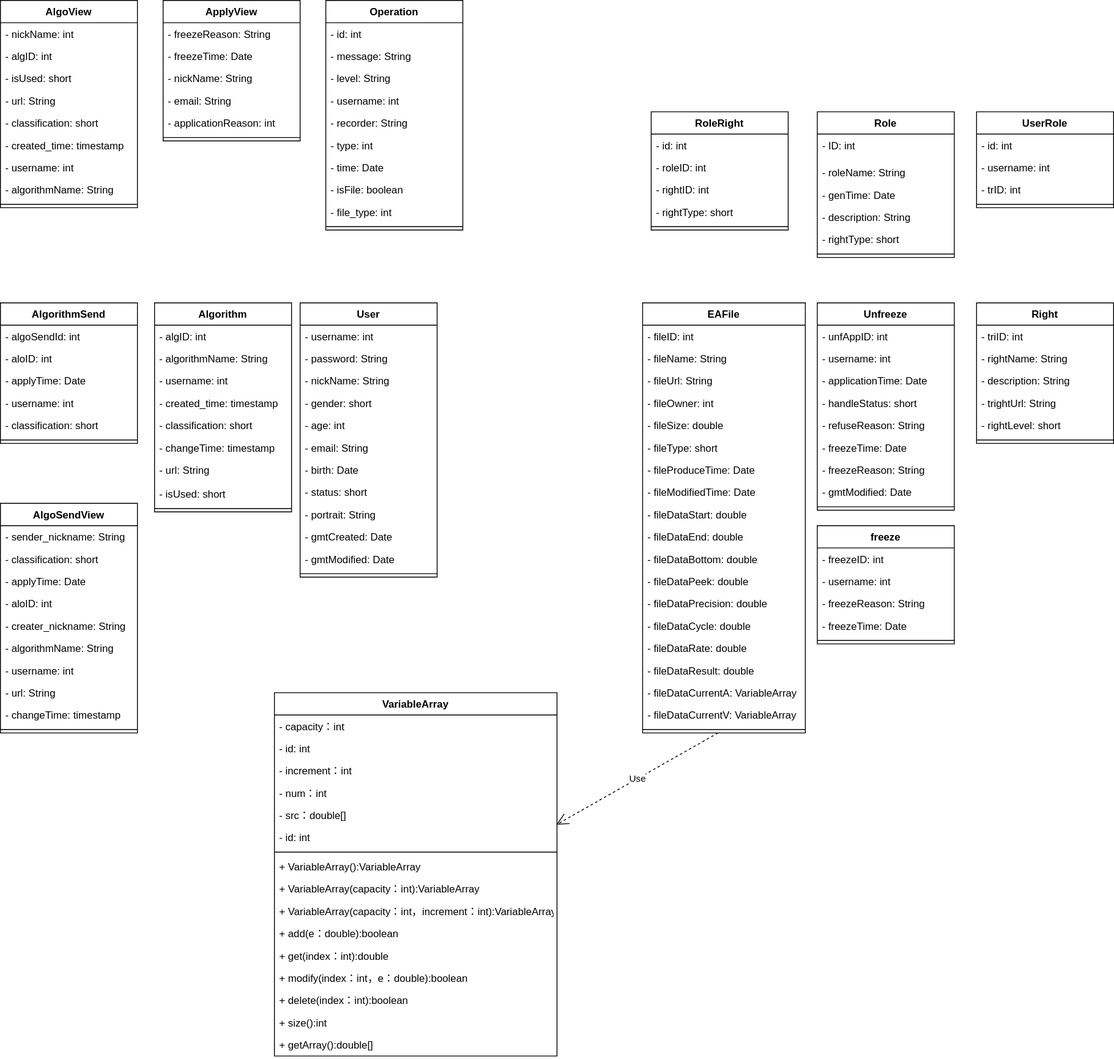
This is entity.svg from JDsen99/UML, a draw.io export, as it was before one commit. Source tidied: cells renumbered, new cells last; positions are measured from the earlier drawing's top-left corner, leaving out a move shared by most shapes.
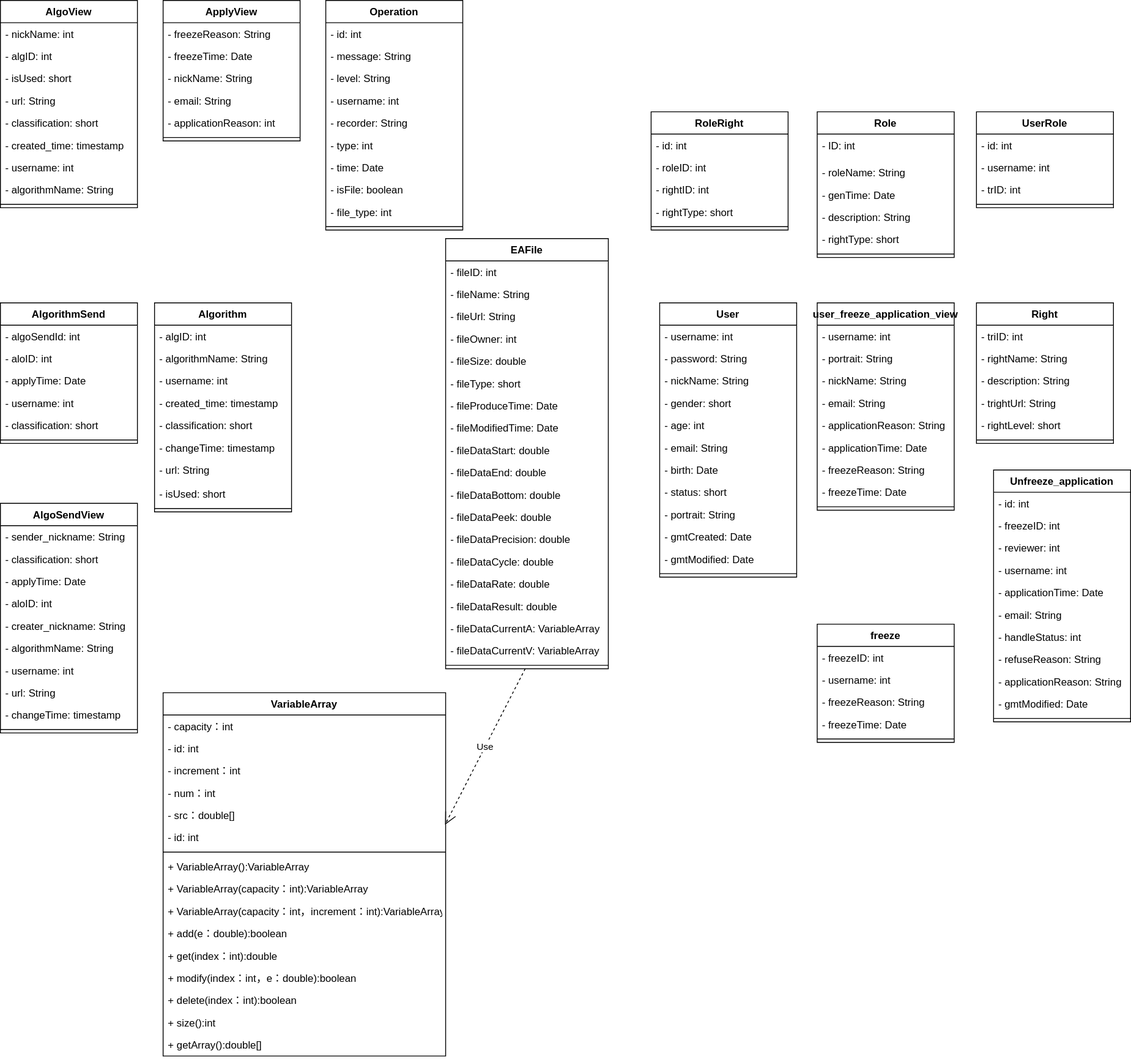
After the change.

What changed in the source:
```diff
@@ -33,7 +33,7 @@
       <mxGeometry y="236" width="160" height="8" as="geometry" />
     </mxCell>
     <mxCell id="12" value="User" style="swimlane;fontStyle=1;align=center;verticalAlign=top;horizontal=1;startSize=26;rounded=0;shadow=0;glass=0;sketch=0;" parent="1" vertex="1">
-      <mxGeometry x="350" y="353" width="160" height="320" as="geometry" />
+      <mxGeometry x="770" y="353" width="160" height="320" as="geometry" />
     </mxCell>
     <mxCell id="13" value="- username: int" style="text;strokeColor=none;fillColor=none;align=left;verticalAlign=top;spacingLeft=4;spacingRight=4;overflow=hidden;" parent="12" vertex="1">
       <mxGeometry y="26" width="160" height="26" as="geometry" />
@@ -93,7 +93,7 @@
       <mxGeometry y="156" width="160" height="8" as="geometry" />
     </mxCell>
     <mxCell id="32" value="EAFile" style="swimlane;fontStyle=1;align=center;verticalAlign=top;horizontal=1;startSize=26;rounded=0;shadow=0;glass=0;sketch=0;" parent="1" vertex="1">
-      <mxGeometry x="750" y="353" width="190" height="502" as="geometry" />
+      <mxGeometry x="520" y="278" width="190" height="502" as="geometry" />
     </mxCell>
     <mxCell id="33" value="- fileID: int" style="text;strokeColor=none;fillColor=none;align=left;verticalAlign=top;spacingLeft=4;spacingRight=4;overflow=hidden;" parent="32" vertex="1">
       <mxGeometry y="26" width="190" height="26" as="geometry" />
@@ -152,31 +152,31 @@
     <mxCell id="51" style="line;strokeWidth=1;fillColor=none;align=left;verticalAlign=middle;spacingTop=-1;spacingLeft=3;spacingRight=3;labelPosition=right;points=[];portConstraint=eastwest;" parent="32" vertex="1">
       <mxGeometry y="494" width="190" height="8" as="geometry" />
     </mxCell>
-    <mxCell id="52" value="Unfreeze" style="swimlane;fontStyle=1;align=center;verticalAlign=top;horizontal=1;startSize=26;rounded=0;shadow=0;glass=0;sketch=0;" parent="1" vertex="1">
+    <mxCell id="52" value="user_freeze_application_view" style="swimlane;fontStyle=1;align=center;verticalAlign=top;horizontal=1;startSize=26;rounded=0;shadow=0;glass=0;sketch=0;" parent="1" vertex="1">
       <mxGeometry x="954" y="353" width="160" height="242" as="geometry" />
     </mxCell>
-    <mxCell id="53" value="- unfAppID: int" style="text;strokeColor=none;fillColor=none;align=left;verticalAlign=top;spacingLeft=4;spacingRight=4;overflow=hidden;" parent="52" vertex="1">
+    <mxCell id="53" value="- username: int" style="text;strokeColor=none;fillColor=none;align=left;verticalAlign=top;spacingLeft=4;spacingRight=4;overflow=hidden;" parent="52" vertex="1">
       <mxGeometry y="26" width="160" height="26" as="geometry" />
     </mxCell>
-    <mxCell id="54" value="- username: int" style="text;strokeColor=none;fillColor=none;align=left;verticalAlign=top;spacingLeft=4;spacingRight=4;overflow=hidden;" parent="52" vertex="1">
+    <mxCell id="54" value="- portrait: String" style="text;strokeColor=none;fillColor=none;align=left;verticalAlign=top;spacingLeft=4;spacingRight=4;overflow=hidden;" parent="52" vertex="1">
       <mxGeometry y="52" width="160" height="26" as="geometry" />
     </mxCell>
-    <mxCell id="55" value="- applicationTime: Date" style="text;strokeColor=none;fillColor=none;align=left;verticalAlign=top;spacingLeft=4;spacingRight=4;overflow=hidden;" parent="52" vertex="1">
+    <mxCell id="55" value="- nickName: String" style="text;strokeColor=none;fillColor=none;align=left;verticalAlign=top;spacingLeft=4;spacingRight=4;overflow=hidden;" parent="52" vertex="1">
       <mxGeometry y="78" width="160" height="26" as="geometry" />
     </mxCell>
-    <mxCell id="56" value="- handleStatus: short" style="text;strokeColor=none;fillColor=none;align=left;verticalAlign=top;spacingLeft=4;spacingRight=4;overflow=hidden;" parent="52" vertex="1">
+    <mxCell id="56" value="- email: String" style="text;strokeColor=none;fillColor=none;align=left;verticalAlign=top;spacingLeft=4;spacingRight=4;overflow=hidden;" parent="52" vertex="1">
       <mxGeometry y="104" width="160" height="26" as="geometry" />
     </mxCell>
-    <mxCell id="57" value="- refuseReason: String" style="text;strokeColor=none;fillColor=none;align=left;verticalAlign=top;spacingLeft=4;spacingRight=4;overflow=hidden;" parent="52" vertex="1">
+    <mxCell id="57" value="- applicationReason: String" style="text;strokeColor=none;fillColor=none;align=left;verticalAlign=top;spacingLeft=4;spacingRight=4;overflow=hidden;" parent="52" vertex="1">
       <mxGeometry y="130" width="160" height="26" as="geometry" />
     </mxCell>
-    <mxCell id="58" value="- freezeTime: Date" style="text;strokeColor=none;fillColor=none;align=left;verticalAlign=top;spacingLeft=4;spacingRight=4;overflow=hidden;" parent="52" vertex="1">
+    <mxCell id="58" value="- applicationTime: Date" style="text;strokeColor=none;fillColor=none;align=left;verticalAlign=top;spacingLeft=4;spacingRight=4;overflow=hidden;" parent="52" vertex="1">
       <mxGeometry y="156" width="160" height="26" as="geometry" />
     </mxCell>
     <mxCell id="59" value="- freezeReason: String" style="text;strokeColor=none;fillColor=none;align=left;verticalAlign=top;spacingLeft=4;spacingRight=4;overflow=hidden;" parent="52" vertex="1">
       <mxGeometry y="182" width="160" height="26" as="geometry" />
     </mxCell>
-    <mxCell id="60" value="- gmtModified: Date" style="text;strokeColor=none;fillColor=none;align=left;verticalAlign=top;spacingLeft=4;spacingRight=4;overflow=hidden;" parent="52" vertex="1">
+    <mxCell id="60" value="- freezeTime: Date" style="text;strokeColor=none;fillColor=none;align=left;verticalAlign=top;spacingLeft=4;spacingRight=4;overflow=hidden;" parent="52" vertex="1">
       <mxGeometry y="208" width="160" height="26" as="geometry" />
     </mxCell>
     <mxCell id="61" style="line;strokeWidth=1;fillColor=none;align=left;verticalAlign=middle;spacingTop=-1;spacingLeft=3;spacingRight=3;labelPosition=right;" parent="52" vertex="1">
@@ -342,7 +342,7 @@
       <mxGeometry y="260" width="160" height="8" as="geometry" />
     </mxCell>
     <mxCell id="115" value="VariableArray" style="swimlane;fontStyle=1;align=center;verticalAlign=top;horizontal=1;startSize=26;rounded=0;shadow=0;glass=0;sketch=0;" parent="1" vertex="1">
-      <mxGeometry x="320" y="808" width="330" height="424" as="geometry" />
+      <mxGeometry x="190" y="808" width="330" height="424" as="geometry" />
     </mxCell>
     <mxCell id="116" value="- capacity：int" style="text;strokeColor=none;fillColor=none;align=left;verticalAlign=top;spacingLeft=4;spacingRight=4;overflow=hidden;" parent="115" vertex="1">
       <mxGeometry y="26" width="330" height="26" as="geometry" />
@@ -429,7 +429,7 @@
       <mxGeometry y="260" width="160" height="8" as="geometry" />
     </mxCell>
     <mxCell id="144" value="freeze" style="swimlane;fontStyle=1;align=center;verticalAlign=top;horizontal=1;startSize=26;rounded=0;shadow=0;glass=0;sketch=0;" parent="1" vertex="1">
-      <mxGeometry x="954" y="613" width="160" height="138" as="geometry" />
+      <mxGeometry x="954" y="728" width="160" height="138" as="geometry" />
     </mxCell>
     <mxCell id="145" value="- freezeID: int" style="text;strokeColor=none;fillColor=none;align=left;verticalAlign=top;spacingLeft=4;spacingRight=4;overflow=hidden;" parent="144" vertex="1">
       <mxGeometry y="26" width="160" height="26" as="geometry" />
@@ -446,5 +446,41 @@
     <mxCell id="149" style="line;strokeWidth=1;fillColor=none;align=left;verticalAlign=middle;spacingTop=-1;spacingLeft=3;spacingRight=3;labelPosition=right;" parent="144" vertex="1">
       <mxGeometry y="130" width="160" height="8" as="geometry" />
     </mxCell>
+    <mxCell id="150" value="Unfreeze_application" style="swimlane;fontStyle=1;align=center;verticalAlign=top;horizontal=1;startSize=26;rounded=0;shadow=0;glass=0;sketch=0;" parent="1" vertex="1">
+      <mxGeometry x="1160" y="548" width="160" height="294" as="geometry" />
+    </mxCell>
+    <mxCell id="151" value="- id: int" style="text;strokeColor=none;fillColor=none;align=left;verticalAlign=top;spacingLeft=4;spacingRight=4;overflow=hidden;" parent="150" vertex="1">
+      <mxGeometry y="26" width="160" height="26" as="geometry" />
+    </mxCell>
+    <mxCell id="152" value="- freezeID: int" style="text;strokeColor=none;fillColor=none;align=left;verticalAlign=top;spacingLeft=4;spacingRight=4;overflow=hidden;" parent="150" vertex="1">
+      <mxGeometry y="52" width="160" height="26" as="geometry" />
+    </mxCell>
+    <mxCell id="153" value="- reviewer: int" style="text;strokeColor=none;fillColor=none;align=left;verticalAlign=top;spacingLeft=4;spacingRight=4;overflow=hidden;" parent="150" vertex="1">
+      <mxGeometry y="78" width="160" height="26" as="geometry" />
+    </mxCell>
+    <mxCell id="154" value="- username: int" style="text;strokeColor=none;fillColor=none;align=left;verticalAlign=top;spacingLeft=4;spacingRight=4;overflow=hidden;" parent="150" vertex="1">
+      <mxGeometry y="104" width="160" height="26" as="geometry" />
+    </mxCell>
+    <mxCell id="155" value="- applicationTime: Date" style="text;strokeColor=none;fillColor=none;align=left;verticalAlign=top;spacingLeft=4;spacingRight=4;overflow=hidden;" parent="150" vertex="1">
+      <mxGeometry y="130" width="160" height="26" as="geometry" />
+    </mxCell>
+    <mxCell id="156" value="- email: String" style="text;strokeColor=none;fillColor=none;align=left;verticalAlign=top;spacingLeft=4;spacingRight=4;overflow=hidden;" parent="150" vertex="1">
+      <mxGeometry y="156" width="160" height="26" as="geometry" />
+    </mxCell>
+    <mxCell id="157" value="- handleStatus: int" style="text;strokeColor=none;fillColor=none;align=left;verticalAlign=top;spacingLeft=4;spacingRight=4;overflow=hidden;" parent="150" vertex="1">
+      <mxGeometry y="182" width="160" height="26" as="geometry" />
+    </mxCell>
+    <mxCell id="158" value="- refuseReason: String" style="text;strokeColor=none;fillColor=none;align=left;verticalAlign=top;spacingLeft=4;spacingRight=4;overflow=hidden;" parent="150" vertex="1">
+      <mxGeometry y="208" width="160" height="26" as="geometry" />
+    </mxCell>
+    <mxCell id="159" value="- applicationReason: String" style="text;strokeColor=none;fillColor=none;align=left;verticalAlign=top;spacingLeft=4;spacingRight=4;overflow=hidden;" parent="150" vertex="1">
+      <mxGeometry y="234" width="160" height="26" as="geometry" />
+    </mxCell>
+    <mxCell id="160" value="- gmtModified: Date" style="text;strokeColor=none;fillColor=none;align=left;verticalAlign=top;spacingLeft=4;spacingRight=4;overflow=hidden;" parent="150" vertex="1">
+      <mxGeometry y="260" width="160" height="26" as="geometry" />
+    </mxCell>
+    <mxCell id="161" style="line;strokeWidth=1;fillColor=none;align=left;verticalAlign=middle;spacingTop=-1;spacingLeft=3;spacingRight=3;labelPosition=right;" parent="150" vertex="1">
+      <mxGeometry y="286" width="160" height="8" as="geometry" />
+    </mxCell>
   </root>
 </mxGraphModel>
```
